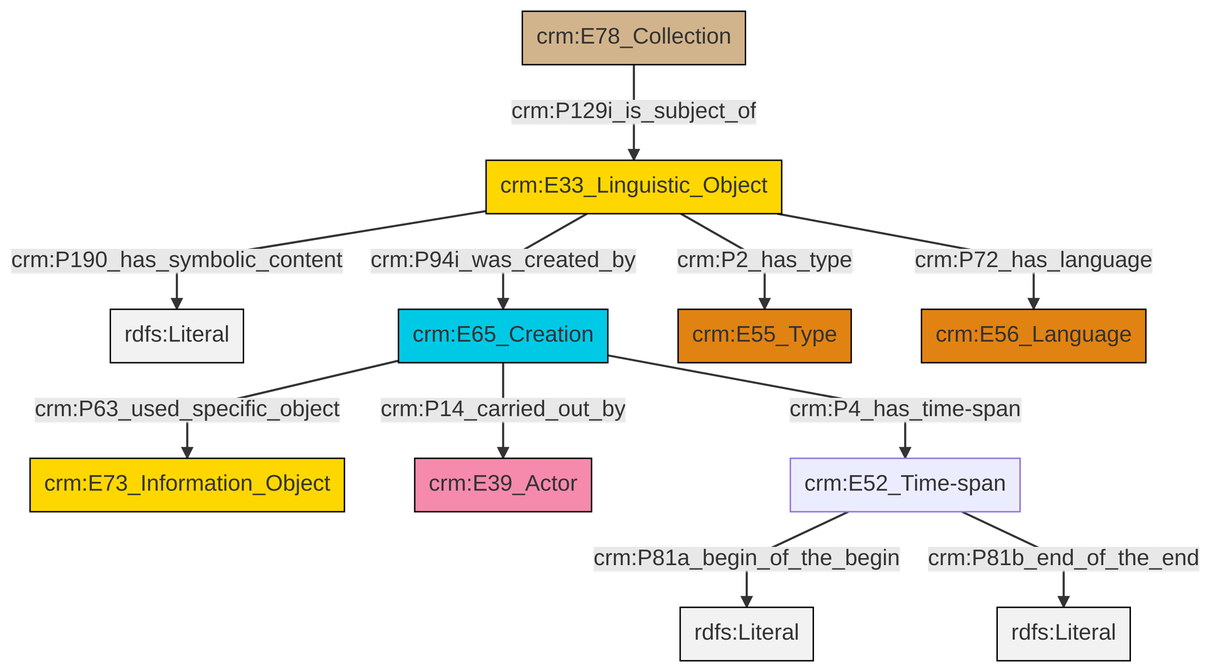
swiss-art-research-net/docs.swissartresearch keeps this Mermaid diagram as et/archivalCSV/ttl/mmd/png/archival_desc.png. Above is the earlier version. Its source is kept beside it as et/archivalCSV/ttl/mmd/archival_desc.ttl.mmd.
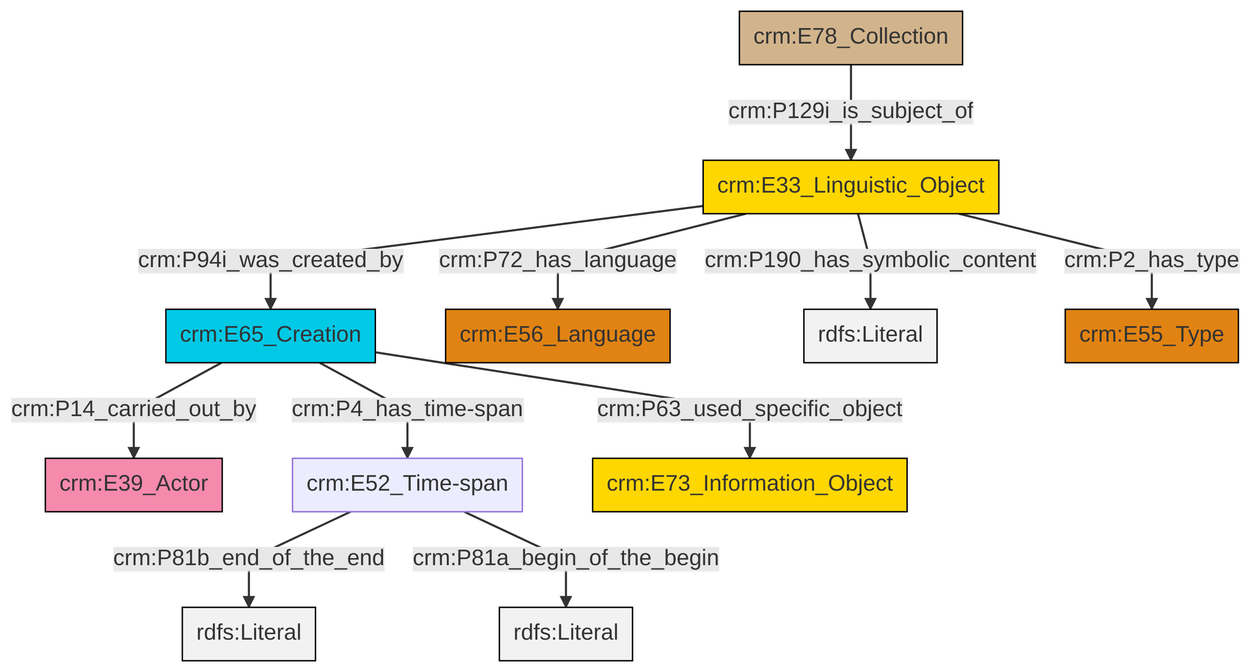
The same file after the commit.

Diff of the diagram source:
```diff
@@ -13,13 +13,13 @@
 classDef PC_Classes fill:#4ce600, stroke:#000000;
 classDef Multi fill:#cccccc,stroke:#000000;
 
-0["crm:E33_Linguistic_Object"]:::Conceptual_Object -->|crm:P190_has_symbolic_content| 1[rdfs:Literal]:::Literal
-7["crm:E65_Creation"]:::Temporal_Entity -->|crm:P4_has_time-span| 9["crm:E52_Time-span"]:::Default
-0["crm:E33_Linguistic_Object"]:::Conceptual_Object -->|crm:P2_has_type| 10["crm:E55_Type"]:::Type
-9["crm:E52_Time-span"]:::Default -->|crm:P81a_begin_of_the_begin| 11[rdfs:Literal]:::Literal
-12["crm:E78_Collection"]:::Physical_Thing -->|crm:P129i_is_subject_of| 0["crm:E33_Linguistic_Object"]:::Conceptual_Object
-0["crm:E33_Linguistic_Object"]:::Conceptual_Object -->|crm:P94i_was_created_by| 7["crm:E65_Creation"]:::Temporal_Entity
-9["crm:E52_Time-span"]:::Default -->|crm:P81b_end_of_the_end| 15[rdfs:Literal]:::Literal
-7["crm:E65_Creation"]:::Temporal_Entity -->|crm:P14_carried_out_by| 5["crm:E39_Actor"]:::Actor
-7["crm:E65_Creation"]:::Temporal_Entity -->|crm:P63_used_specific_object| 2["crm:E73_Information_Object"]:::Conceptual_Object
-0["crm:E33_Linguistic_Object"]:::Conceptual_Object -->|crm:P72_has_language| 16["crm:E56_Language"]:::Type
+0["crm:E65_Creation"]:::Temporal_Entity -->|crm:P14_carried_out_by| 1["crm:E39_Actor"]:::Actor
+5["crm:E33_Linguistic_Object"]:::Conceptual_Object -->|crm:P72_has_language| 6["crm:E56_Language"]:::Type
+2["crm:E52_Time-span"]:::Default -->|crm:P81b_end_of_the_end| 9[rdfs:Literal]:::Literal
+5["crm:E33_Linguistic_Object"]:::Conceptual_Object -->|crm:P94i_was_created_by| 0["crm:E65_Creation"]:::Temporal_Entity
+5["crm:E33_Linguistic_Object"]:::Conceptual_Object -->|crm:P190_has_symbolic_content| 12[rdfs:Literal]:::Literal
+0["crm:E65_Creation"]:::Temporal_Entity -->|crm:P63_used_specific_object| 10["crm:E73_Information_Object"]:::Conceptual_Object
+0["crm:E65_Creation"]:::Temporal_Entity -->|crm:P4_has_time-span| 2["crm:E52_Time-span"]:::Default
+2["crm:E52_Time-span"]:::Default -->|crm:P81a_begin_of_the_begin| 17[rdfs:Literal]:::Literal
+5["crm:E33_Linguistic_Object"]:::Conceptual_Object -->|crm:P2_has_type| 15["crm:E55_Type"]:::Type
+7["crm:E78_Collection"]:::Physical_Thing -->|crm:P129i_is_subject_of| 5["crm:E33_Linguistic_Object"]:::Conceptual_Object
```
